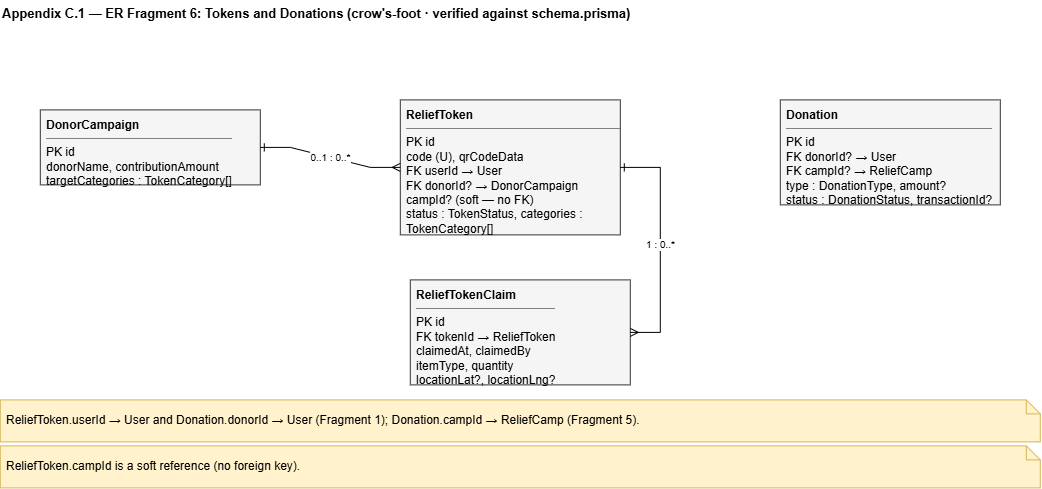
Before: research-report-source/diagrams/pngs/Appendix_C.1_ER_Fragment_06_Tokens_and_Donations.drawio.png, a diagram exported from draw.io (DeshanDV1003/Suraksha---Web-App). Source tidied: cells renumbered, new cells last; positions are measured from the earlier drawing's top-left corner, leaving out a move shared by most shapes.
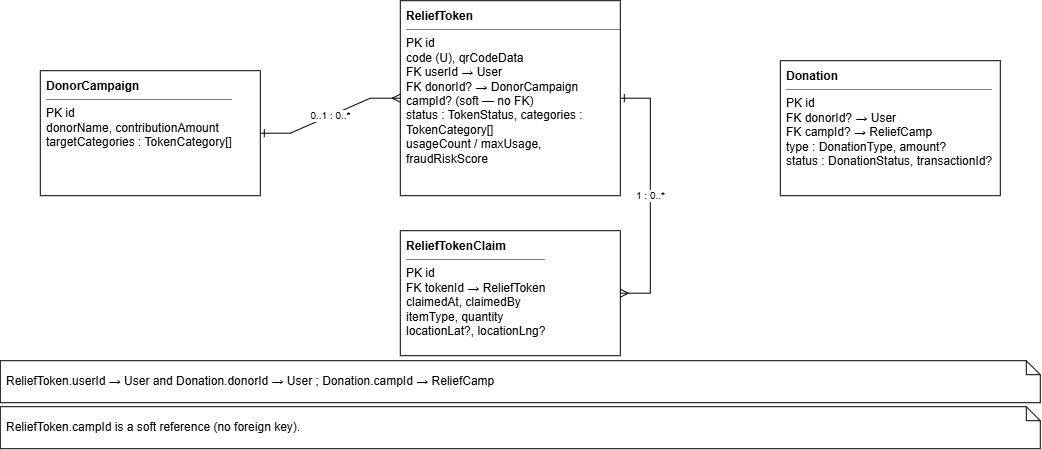
Later version of the same file.

The edit, as a diff of the source:
```diff
@@ -2,20 +2,17 @@
   <root>
     <mxCell id="0" />
     <mxCell id="1" parent="0" />
-    <mxCell id="2" value="Appendix C.1 — ER Fragment 6: Tokens and Donations   (crow's-foot · verified against schema.prisma)" style="text;html=1;fontStyle=1;fontSize=13;align=left;" parent="1" vertex="1">
-      <mxGeometry width="1040" height="24" as="geometry" />
-    </mxCell>
-    <mxCell id="3" value="&lt;b&gt;DonorCampaign&lt;/b&gt;&lt;hr size=&quot;1&quot; noshade&gt;PK id&lt;br&gt;donorName, contributionAmount&lt;br&gt;targetCategories : TokenCategory[]" style="rounded=0;whiteSpace=wrap;html=1;fillColor=#f5f5f5;strokeColor=#333333;align=left;verticalAlign=top;spacingLeft=4;spacingTop=2;overflow=hidden;" parent="1" vertex="1">
-      <mxGeometry x="40" y="110" width="220" height="75" as="geometry" />
+    <mxCell id="3" value="&lt;b&gt;DonorCampaign&lt;/b&gt;&lt;hr size=&quot;1&quot; noshade&gt;PK id&lt;br&gt;donorName, contributionAmount&lt;br&gt;targetCategories : TokenCategory[]" style="rounded=0;whiteSpace=wrap;html=1;align=left;verticalAlign=top;spacingLeft=4;spacingTop=2;overflow=hidden;" parent="1" vertex="1">
+      <mxGeometry x="40" y="110" width="220" height="125" as="geometry" />
     </mxCell>
-    <mxCell id="4" value="&lt;b&gt;ReliefToken&lt;/b&gt;&lt;hr size=&quot;1&quot; noshade&gt;PK id&lt;br&gt;code (U), qrCodeData&lt;br&gt;FK userId  → User&lt;br&gt;FK donorId?  → DonorCampaign&lt;br&gt;campId?  (soft — no FK)&lt;br&gt;status : TokenStatus, categories : TokenCategory[]&lt;br&gt;usageCount / maxUsage, fraudRiskScore" style="rounded=0;whiteSpace=wrap;html=1;fillColor=#f5f5f5;strokeColor=#333333;align=left;verticalAlign=top;spacingLeft=4;spacingTop=2;overflow=hidden;" parent="1" vertex="1">
-      <mxGeometry x="400" y="100" width="220" height="135" as="geometry" />
+    <mxCell id="4" value="&lt;b&gt;ReliefToken&lt;/b&gt;&lt;hr size=&quot;1&quot; noshade&gt;PK id&lt;br&gt;code (U), qrCodeData&lt;br&gt;FK userId  → User&lt;br&gt;FK donorId?  → DonorCampaign&lt;br&gt;campId?  (soft — no FK)&lt;br&gt;status : TokenStatus, categories : TokenCategory[]&lt;br&gt;usageCount / maxUsage, fraudRiskScore" style="rounded=0;whiteSpace=wrap;html=1;align=left;verticalAlign=top;spacingLeft=4;spacingTop=2;overflow=hidden;" parent="1" vertex="1">
+      <mxGeometry x="400" y="40" width="220" height="195" as="geometry" />
     </mxCell>
-    <mxCell id="5" value="&lt;b&gt;ReliefTokenClaim&lt;/b&gt;&lt;hr size=&quot;1&quot; noshade&gt;PK id&lt;br&gt;FK tokenId  → ReliefToken&lt;br&gt;claimedAt, claimedBy&lt;br&gt;itemType, quantity&lt;br&gt;locationLat?, locationLng?" style="rounded=0;whiteSpace=wrap;html=1;fillColor=#f5f5f5;strokeColor=#333333;align=left;verticalAlign=top;spacingLeft=4;spacingTop=2;overflow=hidden;" parent="1" vertex="1">
-      <mxGeometry x="410" y="280" width="220" height="105" as="geometry" />
+    <mxCell id="5" value="&lt;b&gt;ReliefTokenClaim&lt;/b&gt;&lt;hr size=&quot;1&quot; noshade&gt;PK id&lt;br&gt;FK tokenId  → ReliefToken&lt;br&gt;claimedAt, claimedBy&lt;br&gt;itemType, quantity&lt;br&gt;locationLat?, locationLng?" style="rounded=0;whiteSpace=wrap;html=1;align=left;verticalAlign=top;spacingLeft=4;spacingTop=2;overflow=hidden;" parent="1" vertex="1">
+      <mxGeometry x="400" y="270" width="220" height="125" as="geometry" />
     </mxCell>
-    <mxCell id="6" value="&lt;b&gt;Donation&lt;/b&gt;&lt;hr size=&quot;1&quot; noshade&gt;PK id&lt;br&gt;FK donorId?  → User&lt;br&gt;FK campId?  → ReliefCamp&lt;br&gt;type : DonationType, amount?&lt;br&gt;status : DonationStatus, transactionId?" style="rounded=0;whiteSpace=wrap;html=1;fillColor=#f5f5f5;strokeColor=#333333;align=left;verticalAlign=top;spacingLeft=4;spacingTop=2;overflow=hidden;" parent="1" vertex="1">
-      <mxGeometry x="780" y="100" width="220" height="105" as="geometry" />
+    <mxCell id="6" value="&lt;b&gt;Donation&lt;/b&gt;&lt;hr size=&quot;1&quot; noshade&gt;PK id&lt;br&gt;FK donorId?  → User&lt;br&gt;FK campId?  → ReliefCamp&lt;br&gt;type : DonationType, amount?&lt;br&gt;status : DonationStatus, transactionId?" style="rounded=0;whiteSpace=wrap;html=1;align=left;verticalAlign=top;spacingLeft=4;spacingTop=2;overflow=hidden;" parent="1" vertex="1">
+      <mxGeometry x="780" y="100" width="220" height="135" as="geometry" />
     </mxCell>
     <mxCell id="7" value="0..1 : 0..*" style="edgeStyle=entityRelationEdgeStyle;rounded=0;html=1;fontSize=10;startArrow=ERone;endArrow=ERmany;startFill=0;endFill=0;" parent="1" edge="1" source="3" target="4">
       <mxGeometry relative="1" as="geometry" />
@@ -23,10 +20,10 @@
     <mxCell id="8" value="1 : 0..*" style="edgeStyle=entityRelationEdgeStyle;rounded=0;html=1;fontSize=10;startArrow=ERone;endArrow=ERmany;startFill=0;endFill=0;" parent="1" edge="1" source="4" target="5">
       <mxGeometry relative="1" as="geometry" />
     </mxCell>
-    <mxCell id="9" value="ReliefToken.userId → User and Donation.donorId → User (Fragment 1); Donation.campId → ReliefCamp (Fragment 5)." style="shape=note;whiteSpace=wrap;html=1;fillColor=#fff2cc;strokeColor=#d6b656;size=14;align=left;spacingLeft=4;" parent="1" vertex="1">
+    <mxCell id="9" value="ReliefToken.userId → User and Donation.donorId → User ; Donation.campId → ReliefCamp&amp;nbsp;" style="shape=note;whiteSpace=wrap;html=1;size=14;align=left;spacingLeft=4;" parent="1" vertex="1">
       <mxGeometry y="400" width="1040" height="42" as="geometry" />
     </mxCell>
-    <mxCell id="10" value="ReliefToken.campId is a soft reference (no foreign key)." style="shape=note;whiteSpace=wrap;html=1;fillColor=#fff2cc;strokeColor=#d6b656;size=14;align=left;spacingLeft=4;" parent="1" vertex="1">
+    <mxCell id="10" value="ReliefToken.campId is a soft reference (no foreign key)." style="shape=note;whiteSpace=wrap;html=1;size=14;align=left;spacingLeft=4;" parent="1" vertex="1">
       <mxGeometry y="446" width="1040" height="42" as="geometry" />
     </mxCell>
   </root>
```
